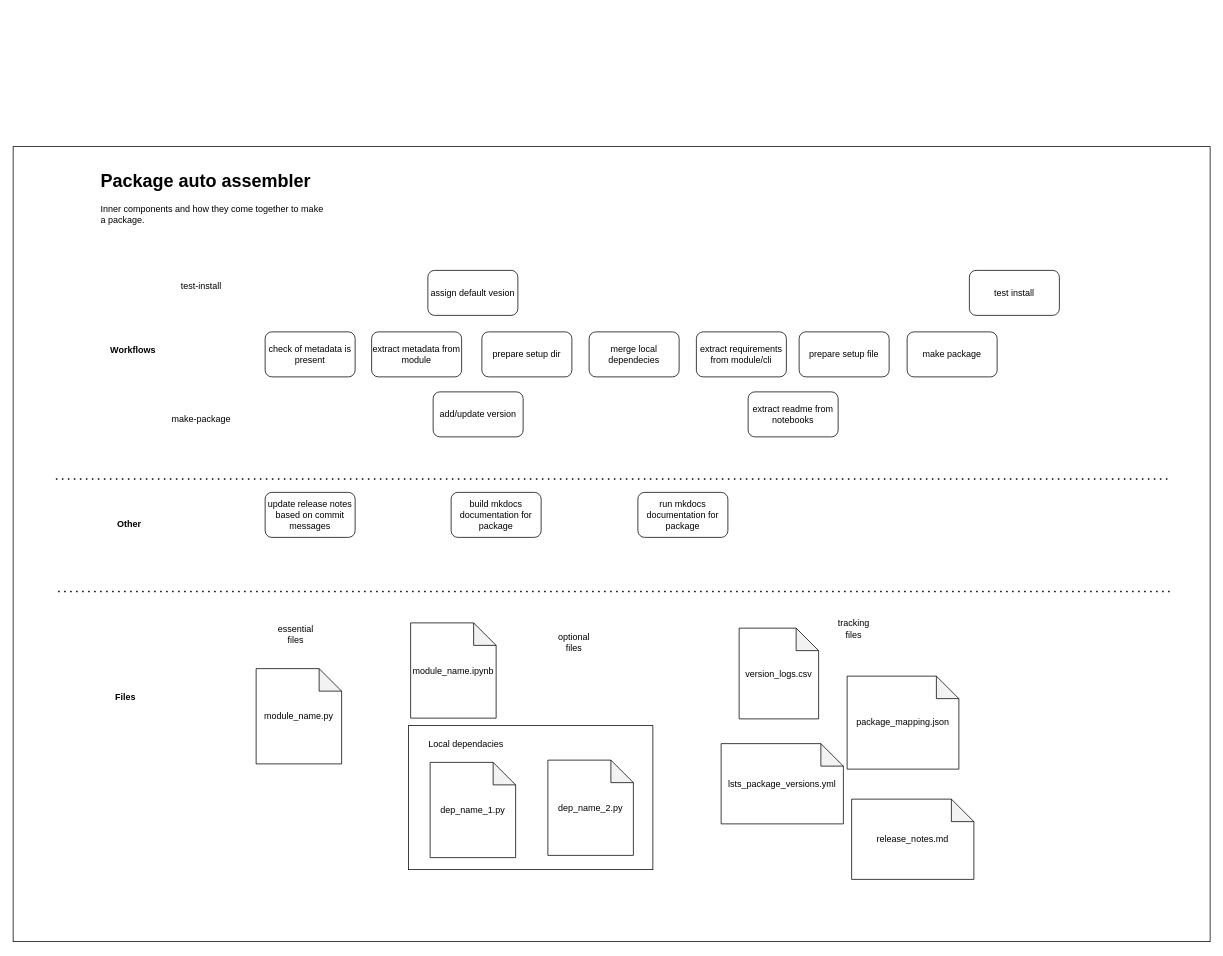
Kiril-Mordan/reusables keeps this draw.io diagram as page "flow" (2 of 2) of drawio/package_auto_assembler.drawio. Above is the earlier version. Source tidied: cells renumbered, new cells numbered last; positions are measured from the earlier drawing's top-left corner, leaving out a move shared by most shapes. Both pictures are drawn from the tidied source at 75%, with x=0, y=0 at pixel (13, 146).
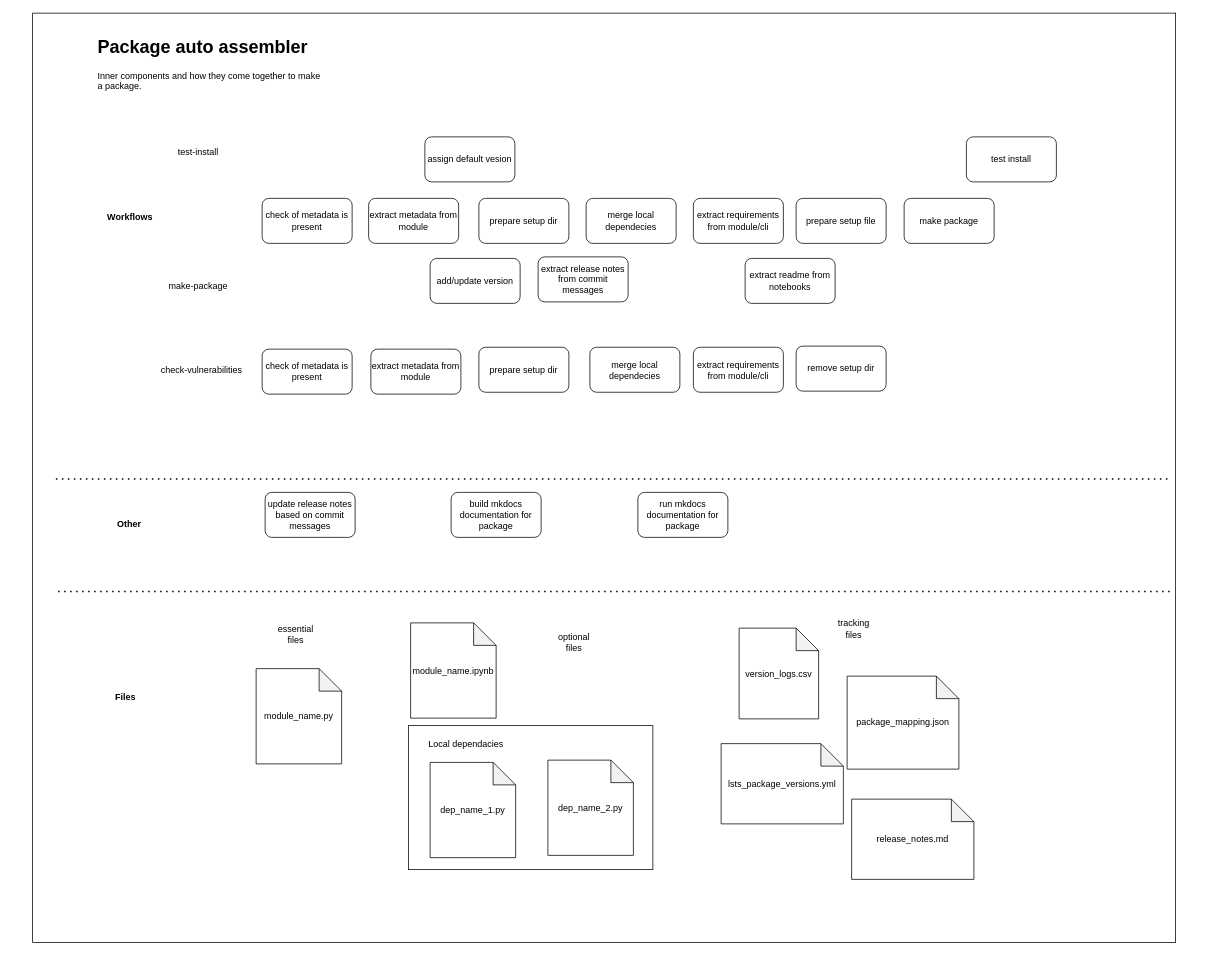
Above is the later version.

Commit message (it also covers changes not shown here):
[package_auto_assembler][.+.] release notes integragration into version interation; optional labels to interate version from commit messages; fixes for initial release notes entry

Change to the diagram source:
```diff
@@
     <mxCell id="2" style="rounded=0;whiteSpace=wrap;html=1;" parent="1" vertex="1">
-      <mxGeometry width="1596" height="1060" as="geometry" />
+      <mxGeometry x="26" y="-178" width="1524" height="1239" as="geometry" />
     </mxCell>
@@
     <mxCell id="4" value="extract metadata from module" style="rounded=1;whiteSpace=wrap;html=1;" parent="1" vertex="1">
-      <mxGeometry x="478" y="247" width="120" height="60" as="geometry" />
+      <mxGeometry x="474" y="69" width="120" height="60" as="geometry" />
     </mxCell>
     <mxCell id="5" value="&lt;h1&gt;Package auto assembler&lt;/h1&gt;&lt;p&gt;Inner components and how they come together to make a package.&lt;/p&gt;" style="text;html=1;spacing=5;spacingTop=-20;whiteSpace=wrap;overflow=hidden;rounded=0;" parent="1" vertex="1">
-      <mxGeometry x="112" y="26" width="313" height="120" as="geometry" />
+      <mxGeometry x="108" y="-152" width="313" height="120" as="geometry" />
     </mxCell>
     <mxCell id="6" value="check of metadata is present" style="rounded=1;whiteSpace=wrap;html=1;" parent="1" vertex="1">
-      <mxGeometry x="336" y="247" width="120" height="60" as="geometry" />
+      <mxGeometry x="332" y="69" width="120" height="60" as="geometry" />
     </mxCell>
@@
     <mxCell id="14" value="test-install" style="text;html=1;align=center;verticalAlign=middle;whiteSpace=wrap;rounded=0;" parent="1" vertex="1">
-      <mxGeometry x="198" y="169" width="106" height="34" as="geometry" />
+      <mxGeometry x="194" y="-9" width="106" height="34" as="geometry" />
     </mxCell>
     <mxCell id="15" value="make-package" style="text;html=1;align=center;verticalAlign=middle;whiteSpace=wrap;rounded=0;" parent="1" vertex="1">
-      <mxGeometry x="198" y="347" width="106" height="34" as="geometry" />
+      <mxGeometry x="194" y="169" width="106" height="34" as="geometry" />
     </mxCell>
     <mxCell id="16" value="assign default vesion" style="rounded=1;whiteSpace=wrap;html=1;" parent="1" vertex="1">
-      <mxGeometry x="553" y="165" width="120" height="60" as="geometry" />
+      <mxGeometry x="549" y="-13" width="120" height="60" as="geometry" />
     </mxCell>
     <mxCell id="17" value="prepare setup dir" style="rounded=1;whiteSpace=wrap;html=1;" parent="1" vertex="1">
-      <mxGeometry x="625" y="247" width="120" height="60" as="geometry" />
+      <mxGeometry x="621" y="69" width="120" height="60" as="geometry" />
     </mxCell>
     <mxCell id="18" value="extract requirements from module/cli" style="rounded=1;whiteSpace=wrap;html=1;" parent="1" vertex="1">
-      <mxGeometry x="911" y="247" width="120" height="60" as="geometry" />
+      <mxGeometry x="907" y="69" width="120" height="60" as="geometry" />
     </mxCell>
     <mxCell id="19" value="merge local dependecies" style="rounded=1;whiteSpace=wrap;html=1;" parent="1" vertex="1">
-      <mxGeometry x="768" y="247" width="120" height="60" as="geometry" />
+      <mxGeometry x="764" y="69" width="120" height="60" as="geometry" />
     </mxCell>
     <mxCell id="20" value="prepare setup file" style="rounded=1;whiteSpace=wrap;html=1;" parent="1" vertex="1">
-      <mxGeometry x="1048" y="247" width="120" height="60" as="geometry" />
+      <mxGeometry x="1044" y="69" width="120" height="60" as="geometry" />
     </mxCell>
     <mxCell id="21" value="make package" style="rounded=1;whiteSpace=wrap;html=1;" parent="1" vertex="1">
-      <mxGeometry x="1192" y="247" width="120" height="60" as="geometry" />
+      <mxGeometry x="1188" y="69" width="120" height="60" as="geometry" />
     </mxCell>
     <mxCell id="22" value="test install" style="rounded=1;whiteSpace=wrap;html=1;" parent="1" vertex="1">
-      <mxGeometry x="1275" y="165" width="120" height="60" as="geometry" />
+      <mxGeometry x="1271" y="-13" width="120" height="60" as="geometry" />
     </mxCell>
     <mxCell id="23" value="add/update version" style="rounded=1;whiteSpace=wrap;html=1;" parent="1" vertex="1">
-      <mxGeometry x="560" y="327" width="120" height="60" as="geometry" />
+      <mxGeometry x="556" y="149" width="120" height="60" as="geometry" />
     </mxCell>
@@
     <mxCell id="31" value="extract readme from notebooks" style="rounded=1;whiteSpace=wrap;html=1;" parent="1" vertex="1">
-      <mxGeometry x="980" y="327" width="120" height="60" as="geometry" />
+      <mxGeometry x="976" y="149" width="120" height="60" as="geometry" />
     </mxCell>
@@
     <mxCell id="33" value="&lt;b&gt;Workflows&lt;/b&gt;" style="text;html=1;align=center;verticalAlign=middle;whiteSpace=wrap;rounded=0;" parent="1" vertex="1">
-      <mxGeometry x="130" y="257" width="60" height="30" as="geometry" />
+      <mxGeometry x="126" y="79" width="60" height="30" as="geometry" />
     </mxCell>
@@
+    <mxCell id="38" value="check-vulnerabilities" style="text;html=1;align=center;verticalAlign=middle;whiteSpace=wrap;rounded=0;" parent="1" vertex="1">
+      <mxGeometry x="186" y="283" width="131" height="29" as="geometry" />
+    </mxCell>
+    <mxCell id="39" value="check of metadata is present" style="rounded=1;whiteSpace=wrap;html=1;" parent="1" vertex="1">
+      <mxGeometry x="332" y="270" width="120" height="60" as="geometry" />
+    </mxCell>
+    <mxCell id="40" value="extract metadata from module" style="rounded=1;whiteSpace=wrap;html=1;" parent="1" vertex="1">
+      <mxGeometry x="477" y="270" width="120" height="60" as="geometry" />
+    </mxCell>
+    <mxCell id="41" value="prepare setup dir" style="rounded=1;whiteSpace=wrap;html=1;" parent="1" vertex="1">
+      <mxGeometry x="621" y="267.5" width="120" height="60" as="geometry" />
+    </mxCell>
+    <mxCell id="42" value="extract requirements from module/cli" style="rounded=1;whiteSpace=wrap;html=1;" parent="1" vertex="1">
+      <mxGeometry x="907" y="267.5" width="120" height="60" as="geometry" />
+    </mxCell>
+    <mxCell id="43" value="merge local dependecies" style="rounded=1;whiteSpace=wrap;html=1;" parent="1" vertex="1">
+      <mxGeometry x="769" y="267.5" width="120" height="60" as="geometry" />
+    </mxCell>
+    <mxCell id="44" value="remove setup dir" style="rounded=1;whiteSpace=wrap;html=1;" parent="1" vertex="1">
+      <mxGeometry x="1044" y="266" width="120" height="60" as="geometry" />
+    </mxCell>
+    <mxCell id="45" value="extract release notes from commit messages" style="rounded=1;whiteSpace=wrap;html=1;" parent="1" vertex="1">
+      <mxGeometry x="700" y="147" width="120" height="60" as="geometry" />
+    </mxCell>
```
